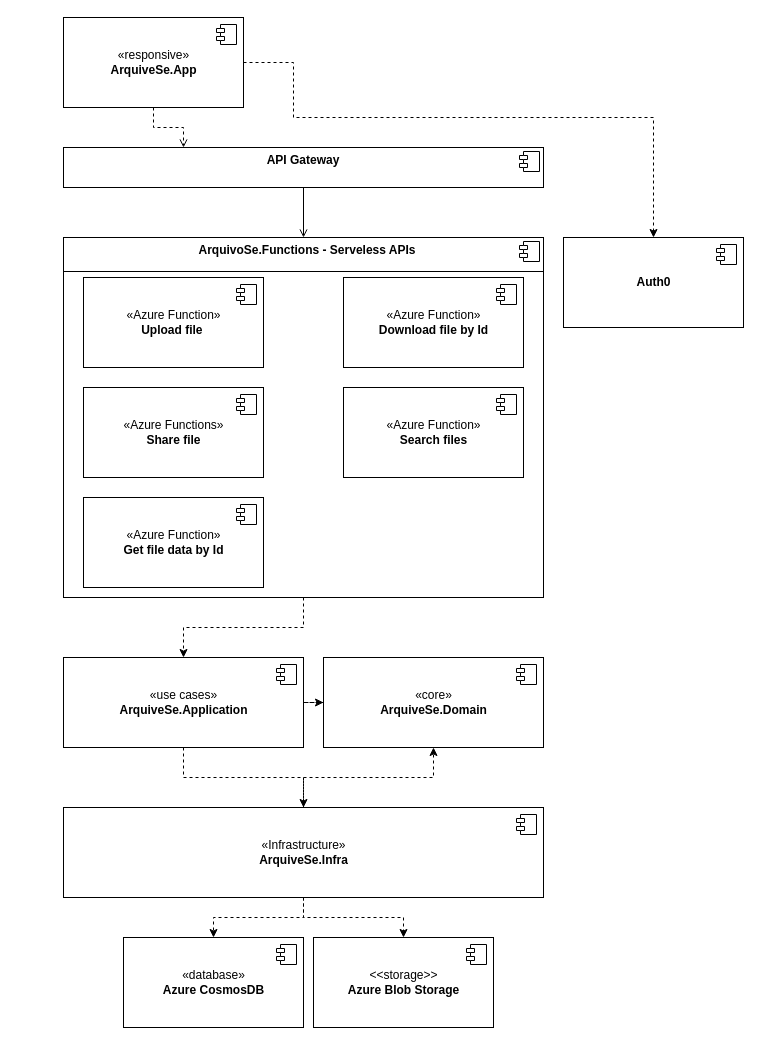
FelipeSpinelli/puc-minas-pos-tcc keeps this draw.io diagram as page "Components Diagram" (3 of 5) of docs/TCC - C4 Diagram.drawio. Above is the earlier version. Source tidied: cells renumbered, new cells numbered last; positions are measured from the earlier drawing's top-left corner, leaving out a move shared by most shapes. Both pictures are drawn from the tidied source at 100%, with x=0, y=0 at pixel (63, 17).
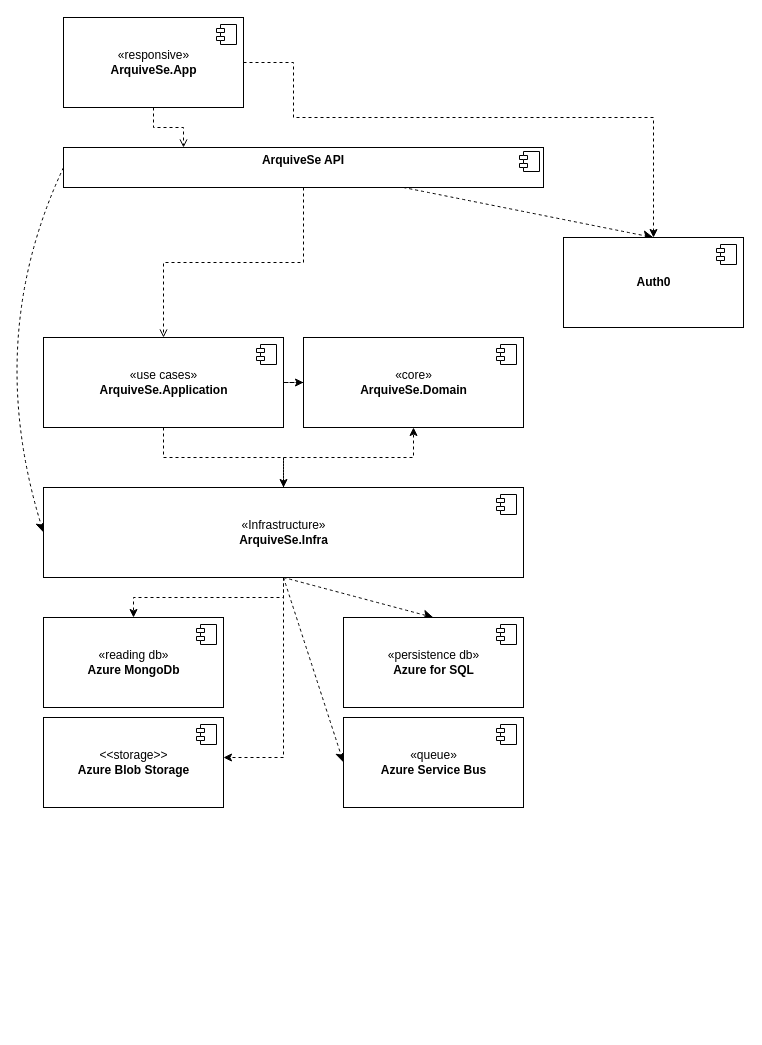
Above is the later version.

The change refers to these unchanged cells:
```xml
<mxCell id="8" value="&lt;b&gt;Auth0&lt;/b&gt;" style="html=1;" parent="1" vertex="1">
  <mxGeometry x="500" y="220" width="180" height="90" as="geometry" />
</mxCell>
```

What changed in the source:
```diff
@@
-    <mxCell id="2" style="edgeStyle=orthogonalEdgeStyle;rounded=0;jettySize=auto;html=1;entryX=0.5;entryY=0;entryDx=0;entryDy=0;endArrow=open;endFill=0;" parent="1" edge="1" source="3" target="12">
+    <mxCell id="2" style="edgeStyle=orthogonalEdgeStyle;rounded=0;jettySize=auto;html=1;entryX=0.5;entryY=0;entryDx=0;entryDy=0;endArrow=open;endFill=0;dashed=1;" parent="1" edge="1" source="3" target="31">
       <mxGeometry relative="1" as="geometry" />
     </mxCell>
+    <mxCell id="40" style="edgeStyle=none;curved=1;rounded=0;jettySize=auto;html=1;entryX=0.5;entryY=0;entryDx=0;entryDy=0;fontSize=12;startSize=8;endSize=8;dashed=1;" parent="1" edge="1" source="3" target="8">
+      <mxGeometry relative="1" as="geometry" />
+    </mxCell>
+    <mxCell id="41" style="edgeStyle=none;curved=1;rounded=0;jettySize=auto;html=1;exitX=0;exitY=0.5;exitDx=0;exitDy=0;entryX=0;entryY=0.5;entryDx=0;entryDy=0;fontSize=12;startSize=8;endSize=8;dashed=1;" parent="1" edge="1" source="3" target="38">
+      <mxGeometry relative="1" as="geometry">
+        <Array as="points">
+          <mxPoint x="-80" y="320" />
+        </Array>
+      </mxGeometry>
+    </mxCell>
-    <mxCell id="3" value="&lt;p style=&quot;margin:0px;margin-top:6px;text-align:center;&quot;&gt;&lt;b&gt;API Gateway&lt;/b&gt;&lt;/p&gt;" style="align=left;overflow=fill;html=1;" parent="1" vertex="1">
+    <mxCell id="3" value="&lt;p style=&quot;margin:0px;margin-top:6px;text-align:center;&quot;&gt;&lt;b&gt;ArquiveSe API&lt;/b&gt;&lt;/p&gt;" style="align=left;overflow=fill;html=1;" parent="1" vertex="1">
       <mxGeometry y="130" width="480" height="40" as="geometry" />
     </mxCell>
@@
-    <mxCell id="11" style="edgeStyle=orthogonalEdgeStyle;rounded=0;jettySize=auto;html=1;entryX=0.5;entryY=0;entryDx=0;entryDy=0;dashed=1;" parent="1" edge="1" source="12" target="31">
-      <mxGeometry relative="1" as="geometry" />
-    </mxCell>
-    <mxCell id="12" value="&lt;p style=&quot;margin: 6px 0px 0px;&quot;&gt;&lt;/p&gt;&lt;p style=&quot;margin:0px;margin-left:8px;&quot;&gt;&lt;b&gt;ArquivoSe.Functions - Serveless APIs&lt;/b&gt;&lt;/p&gt;" style="align=center;overflow=fill;html=1;" parent="1" vertex="1">
-      <mxGeometry y="220" width="480" height="360" as="geometry" />
-    </mxCell>
-    <mxCell id="13" style="shape=component;jettyWidth=8;jettyHeight=4;" parent="12" vertex="1">
-      <mxGeometry x="1" width="20" height="20" relative="1" as="geometry">
-        <mxPoint x="-24" y="4" as="offset" />
-      </mxGeometry>
-    </mxCell>
-    <mxCell id="14" style="line;strokeWidth=1;fillColor=none;align=left;verticalAlign=middle;spacingTop=-1;spacingLeft=3;spacingRight=3;labelPosition=right;strokeColor=inherit;" parent="1" vertex="1">
-      <mxGeometry y="250" width="480" height="8" as="geometry" />
-    </mxCell>
     <mxCell id="15" value="&amp;lt;&amp;lt;storage&amp;gt;&amp;gt;&lt;br&gt;&lt;b&gt;Azure Blob Storage&lt;/b&gt;" style="html=1;" parent="1" vertex="1">
-      <mxGeometry x="250" y="920" width="180" height="90" as="geometry" />
+      <mxGeometry x="-20" y="700" width="180" height="90" as="geometry" />
     </mxCell>
@@
-    <mxCell id="17" value="«database»&lt;br&gt;&lt;b&gt;Azure CosmosDB&lt;/b&gt;" style="html=1;" parent="1" vertex="1">
-      <mxGeometry x="60" y="920" width="180" height="90" as="geometry" />
+    <mxCell id="17" value="«reading db»&lt;br&gt;&lt;b&gt;Azure MongoDb&lt;/b&gt;" style="html=1;" parent="1" vertex="1">
+      <mxGeometry x="-20" y="600" width="180" height="90" as="geometry" />
     </mxCell>
@@
-    <mxCell id="19" value="«Azure Function»&lt;br&gt;&lt;b&gt;Upload file&amp;nbsp;&lt;/b&gt;" style="html=1;" parent="1" vertex="1">
-      <mxGeometry x="20" y="260" width="180" height="90" as="geometry" />
-    </mxCell>
-    <mxCell id="20" style="shape=module;jettyWidth=8;jettyHeight=4;" parent="19" vertex="1">
-      <mxGeometry x="1" width="20" height="20" relative="1" as="geometry">
-        <mxPoint x="-27" y="7" as="offset" />
-      </mxGeometry>
-    </mxCell>
-    <mxCell id="21" value="«Azure Function»&lt;br&gt;&lt;b&gt;Download file by Id&lt;/b&gt;" style="html=1;" parent="1" vertex="1">
-      <mxGeometry x="280" y="260" width="180" height="90" as="geometry" />
-    </mxCell>
-    <mxCell id="22" style="shape=module;jettyWidth=8;jettyHeight=4;" parent="21" vertex="1">
-      <mxGeometry x="1" width="20" height="20" relative="1" as="geometry">
-        <mxPoint x="-27" y="7" as="offset" />
-      </mxGeometry>
-    </mxCell>
-    <mxCell id="23" value="«Azure Functions»&lt;br&gt;&lt;b&gt;Share file&lt;/b&gt;" style="html=1;" parent="1" vertex="1">
-      <mxGeometry x="20" y="370" width="180" height="90" as="geometry" />
-    </mxCell>
-    <mxCell id="24" style="shape=module;jettyWidth=8;jettyHeight=4;" parent="23" vertex="1">
-      <mxGeometry x="1" width="20" height="20" relative="1" as="geometry">
-        <mxPoint x="-27" y="7" as="offset" />
-      </mxGeometry>
-    </mxCell>
-    <mxCell id="25" value="«Azure Function»&lt;br&gt;&lt;b&gt;Get file data by Id&lt;/b&gt;" style="html=1;" parent="1" vertex="1">
-      <mxGeometry x="20" y="480" width="180" height="90" as="geometry" />
-    </mxCell>
-    <mxCell id="26" style="shape=module;jettyWidth=8;jettyHeight=4;" parent="25" vertex="1">
-      <mxGeometry x="1" width="20" height="20" relative="1" as="geometry">
-        <mxPoint x="-27" y="7" as="offset" />
-      </mxGeometry>
-    </mxCell>
-    <mxCell id="27" value="«Azure Function»&lt;br&gt;&lt;b&gt;Search files&lt;/b&gt;" style="html=1;" parent="1" vertex="1">
-      <mxGeometry x="280" y="370" width="180" height="90" as="geometry" />
-    </mxCell>
-    <mxCell id="28" style="shape=module;jettyWidth=8;jettyHeight=4;" parent="27" vertex="1">
-      <mxGeometry x="1" width="20" height="20" relative="1" as="geometry">
-        <mxPoint x="-27" y="7" as="offset" />
-      </mxGeometry>
-    </mxCell>
@@
     <mxCell id="31" value="«use cases»&lt;br&gt;&lt;b&gt;ArquiveSe.Application&lt;/b&gt;" style="html=1;" parent="1" vertex="1">
-      <mxGeometry y="640" width="240" height="90" as="geometry" />
+      <mxGeometry x="-20" y="320" width="240" height="90" as="geometry" />
     </mxCell>
@@
     <mxCell id="33" value="«core»&lt;br&gt;&lt;b&gt;ArquiveSe.Domain&lt;/b&gt;" style="html=1;" parent="1" vertex="1">
-      <mxGeometry x="260" y="640" width="220" height="90" as="geometry" />
+      <mxGeometry x="240" y="320" width="220" height="90" as="geometry" />
     </mxCell>
@@
     <mxCell id="37" style="edgeStyle=orthogonalEdgeStyle;rounded=0;jettySize=auto;html=1;dashed=1;" parent="1" edge="1" source="38" target="15">
-      <mxGeometry relative="1" as="geometry" />
+      <mxGeometry relative="1" as="geometry">
+        <Array as="points">
+          <mxPoint x="220" y="740" />
+        </Array>
+      </mxGeometry>
     </mxCell>
+    <mxCell id="42" style="edgeStyle=none;curved=1;rounded=0;jettySize=auto;html=1;exitX=0.5;exitY=1;exitDx=0;exitDy=0;entryX=0.5;entryY=0;entryDx=0;entryDy=0;fontSize=12;startSize=8;endSize=8;dashed=1;" parent="1" edge="1" source="38" target="44">
+      <mxGeometry relative="1" as="geometry" />
+    </mxCell>
+    <mxCell id="43" style="edgeStyle=none;curved=1;rounded=0;jettySize=auto;html=1;exitX=0.5;exitY=1;exitDx=0;exitDy=0;entryX=0;entryY=0.5;entryDx=0;entryDy=0;fontSize=12;startSize=8;endSize=8;dashed=1;" parent="1" edge="1" source="38" target="46">
+      <mxGeometry relative="1" as="geometry" />
+    </mxCell>
     <mxCell id="38" value="«Infrastructure»&lt;br&gt;&lt;b&gt;ArquiveSe.Infra&lt;/b&gt;" style="html=1;" parent="1" vertex="1">
-      <mxGeometry y="790" width="480" height="90" as="geometry" />
+      <mxGeometry x="-20" y="470" width="480" height="90" as="geometry" />
     </mxCell>
@@
+    <mxCell id="44" value="«persistence db»&lt;br&gt;&lt;b&gt;Azure for SQL&lt;/b&gt;" style="html=1;" parent="1" vertex="1">
+      <mxGeometry x="280" y="600" width="180" height="90" as="geometry" />
+    </mxCell>
+    <mxCell id="45" style="shape=module;jettyWidth=8;jettyHeight=4;" parent="44" vertex="1">
+      <mxGeometry x="1" width="20" height="20" relative="1" as="geometry">
+        <mxPoint x="-27" y="7" as="offset" />
+      </mxGeometry>
+    </mxCell>
+    <mxCell id="46" value="«queue»&lt;br&gt;&lt;b&gt;Azure Service Bus&lt;/b&gt;" style="html=1;" parent="1" vertex="1">
+      <mxGeometry x="280" y="700" width="180" height="90" as="geometry" />
+    </mxCell>
+    <mxCell id="47" style="shape=module;jettyWidth=8;jettyHeight=4;" parent="46" vertex="1">
+      <mxGeometry x="1" width="20" height="20" relative="1" as="geometry">
+        <mxPoint x="-27" y="7" as="offset" />
+      </mxGeometry>
+    </mxCell>
```
